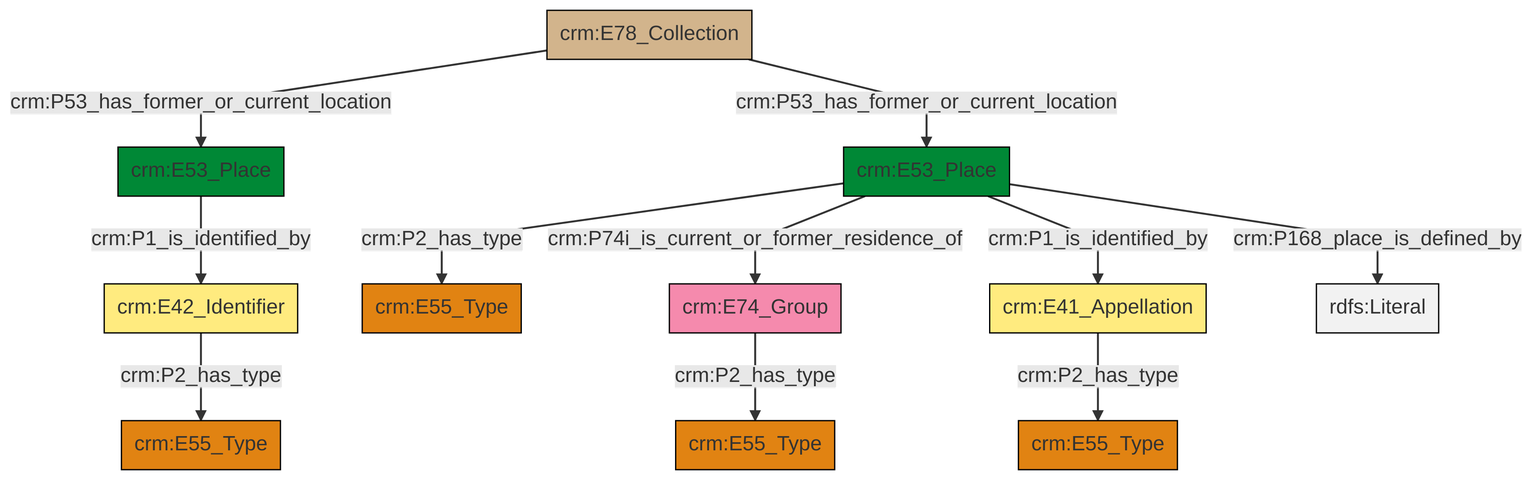
This is et/archivalCSV/ttl/mmd/png/archival_location.png from swiss-art-research-net/docs.swissartresearch, a Mermaid export, as it was before one commit. Its source is kept beside it as et/archivalCSV/ttl/mmd/archival_location.ttl.mmd.
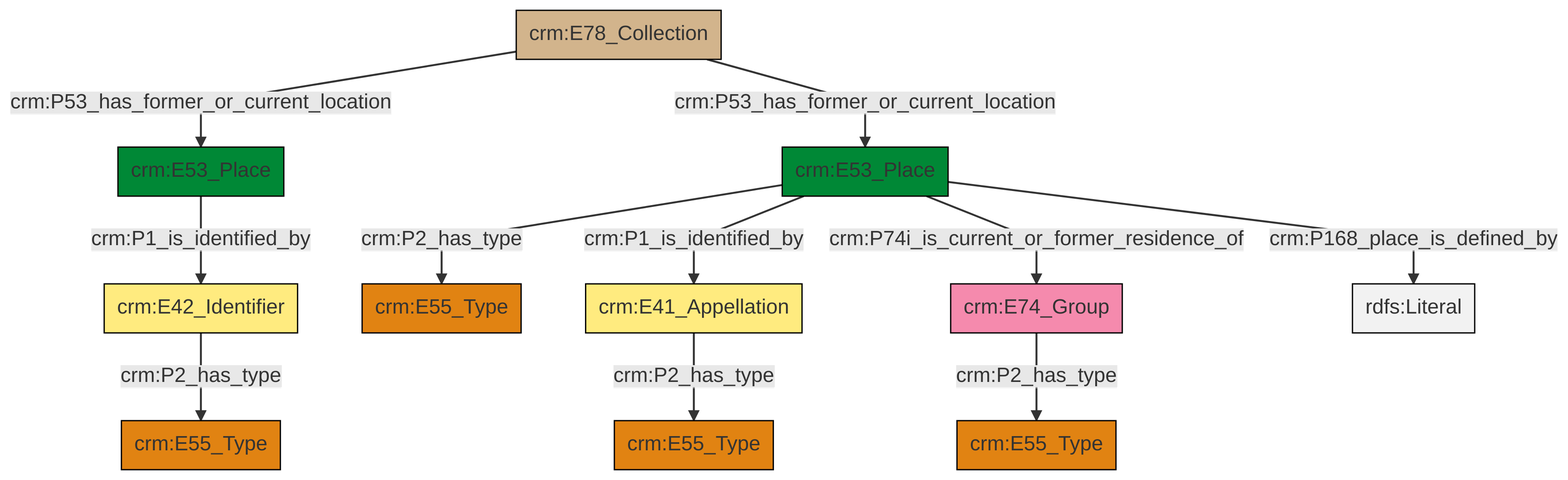
Later version of the same file.

Diff of the diagram source:
```diff
@@ -13,13 +13,13 @@
 classDef PC_Classes fill:#4ce600, stroke:#000000;
 classDef Multi fill:#cccccc,stroke:#000000;
 
-0["crm:E53_Place"]:::Place -->|crm:P74i_is_current_or_former_residence_of| 1["crm:E74_Group"]:::Actor
-6["crm:E42_Identifier"]:::Appellation -->|crm:P2_has_type| 7["crm:E55_Type"]:::Type
-0["crm:E53_Place"]:::Place -->|crm:P1_is_identified_by| 8["crm:E41_Appellation"]:::Appellation
-0["crm:E53_Place"]:::Place -->|crm:P168_place_is_defined_by| 11[rdfs:Literal]:::Literal
-0["crm:E53_Place"]:::Place -->|crm:P2_has_type| 4["crm:E55_Type"]:::Type
-8["crm:E41_Appellation"]:::Appellation -->|crm:P2_has_type| 19["crm:E55_Type"]:::Type
-1["crm:E74_Group"]:::Actor -->|crm:P2_has_type| 2["crm:E55_Type"]:::Type
-17["crm:E78_Collection"]:::Physical_Thing -->|crm:P53_has_former_or_current_location| 14["crm:E53_Place"]:::Place
-14["crm:E53_Place"]:::Place -->|crm:P1_is_identified_by| 6["crm:E42_Identifier"]:::Appellation
-17["crm:E78_Collection"]:::Physical_Thing -->|crm:P53_has_former_or_current_location| 0["crm:E53_Place"]:::Place
+4["crm:E42_Identifier"]:::Appellation -->|crm:P2_has_type| 5["crm:E55_Type"]:::Type
+6["crm:E53_Place"]:::Place -->|crm:P1_is_identified_by| 12["crm:E41_Appellation"]:::Appellation
+15["crm:E74_Group"]:::Actor -->|crm:P2_has_type| 0["crm:E55_Type"]:::Type
+6["crm:E53_Place"]:::Place -->|crm:P168_place_is_defined_by| 18[rdfs:Literal]:::Literal
+2["crm:E53_Place"]:::Place -->|crm:P1_is_identified_by| 4["crm:E42_Identifier"]:::Appellation
+6["crm:E53_Place"]:::Place -->|crm:P2_has_type| 9["crm:E55_Type"]:::Type
+6["crm:E53_Place"]:::Place -->|crm:P74i_is_current_or_former_residence_of| 15["crm:E74_Group"]:::Actor
+12["crm:E41_Appellation"]:::Appellation -->|crm:P2_has_type| 19["crm:E55_Type"]:::Type
+16["crm:E78_Collection"]:::Physical_Thing -->|crm:P53_has_former_or_current_location| 2["crm:E53_Place"]:::Place
+16["crm:E78_Collection"]:::Physical_Thing -->|crm:P53_has_former_or_current_location| 6["crm:E53_Place"]:::Place
```
